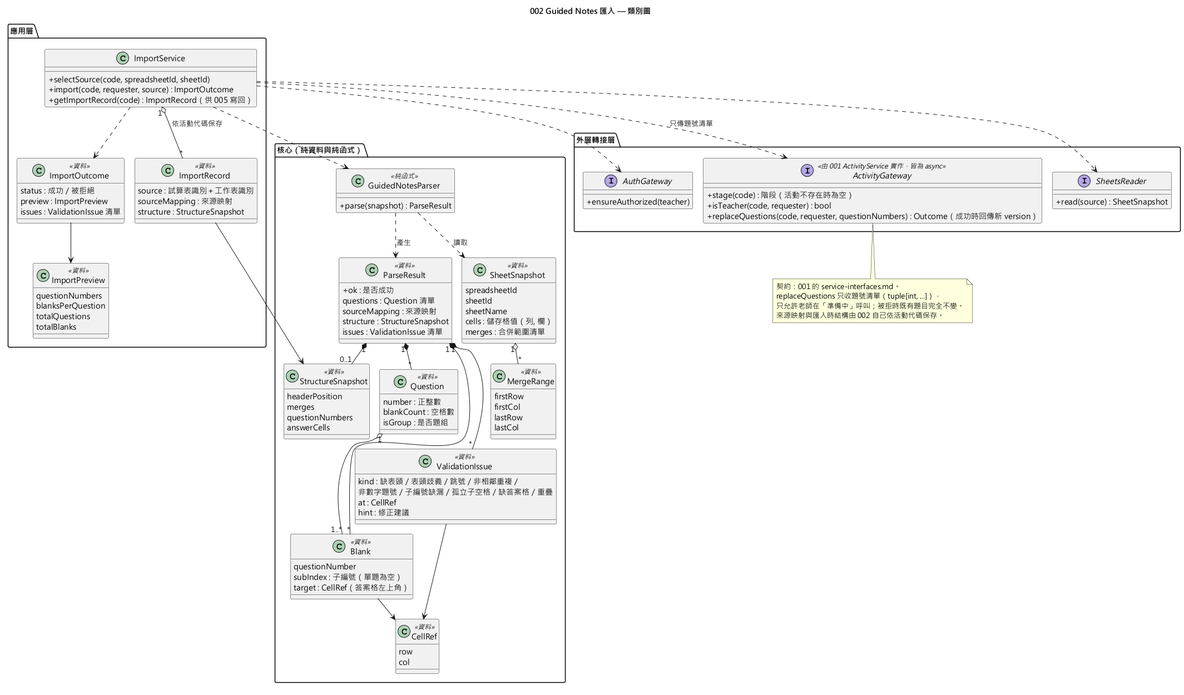
EricC430/lecture-answer-first_group16_speckit keeps this PlantUML diagram as diagrams/002-guided-notes-import-class.png. Above is the earlier version.
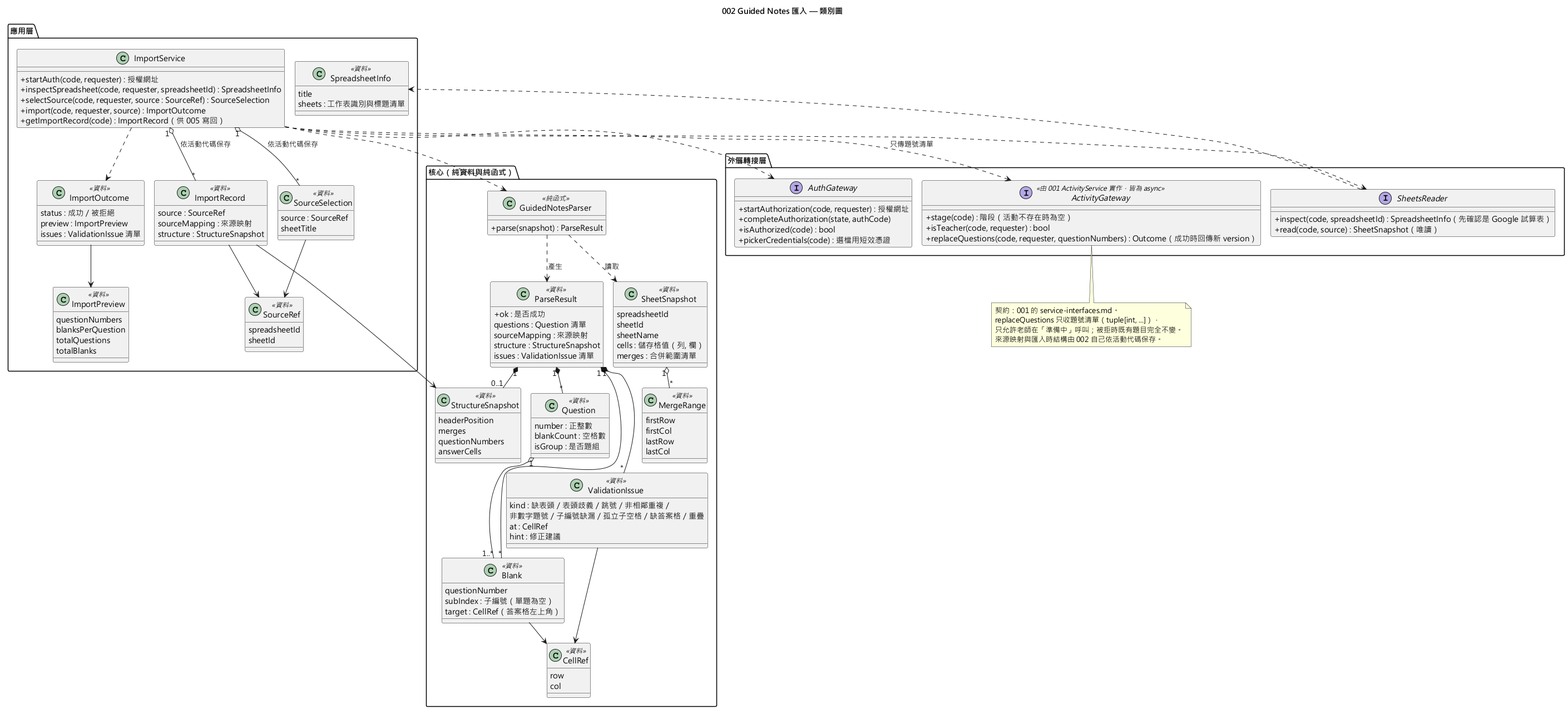
The same file after the commit.

Commit message:
docs: 002 plan 產出（research、data-model、contracts、quickstart）並同步類別圖 (#6)

What changed in the source:
```diff
@@ -66,13 +66,30 @@
 
 package "應用層" {
   class ImportService {
-    +selectSource(code, spreadsheetId, sheetId)
+    +startAuth(code, requester) : 授權網址
+    +inspectSpreadsheet(code, requester, spreadsheetId) : SpreadsheetInfo
+    +selectSource(code, requester, source : SourceRef) : SourceSelection
     +import(code, requester, source) : ImportOutcome
     +getImportRecord(code) : ImportRecord（供 005 寫回）
   }
 
+  class SourceRef <<資料>> {
+    spreadsheetId
+    sheetId
+  }
+
+  class SpreadsheetInfo <<資料>> {
+    title
+    sheets : 工作表識別與標題清單
+  }
+
+  class SourceSelection <<資料>> {
+    source : SourceRef
+    sheetTitle
+  }
+
   class ImportRecord <<資料>> {
-    source : 試算表識別＋工作表識別
+    source : SourceRef
     sourceMapping : 來源映射
     structure : StructureSnapshot
   }
@@ -93,10 +110,14 @@
 
 package "外層轉接層" {
   interface SheetsReader {
-    +read(source) : SheetSnapshot
+    +inspect(code, spreadsheetId) : SpreadsheetInfo（先確認是 Google 試算表）
+    +read(code, source) : SheetSnapshot（唯讀）
   }
   interface AuthGateway {
-    +ensureAuthorized(teacher)
+    +startAuthorization(code, requester) : 授權網址
+    +completeAuthorization(state, authCode)
+    +isAuthorized(code) : bool
+    +pickerCredentials(code) : 選檔用短效憑證
   }
   interface ActivityGateway <<由 001 ActivityService 實作，皆為 async>> {
     +stage(code) : 階段（活動不存在時為空）
@@ -128,7 +149,11 @@
 ImportService ..> AuthGateway
 ImportService ..> ActivityGateway : 只傳題號清單
 ImportService "1" o-- "*" ImportRecord : 依活動代碼保存
+ImportService "1" o-- "*" SourceSelection : 依活動代碼保存
+SourceSelection --> SourceRef
+ImportRecord --> SourceRef
 ImportRecord --> StructureSnapshot
+SheetsReader ..> SpreadsheetInfo
 ImportService ..> ImportOutcome
 ImportOutcome --> ImportPreview
 @enduml
```
